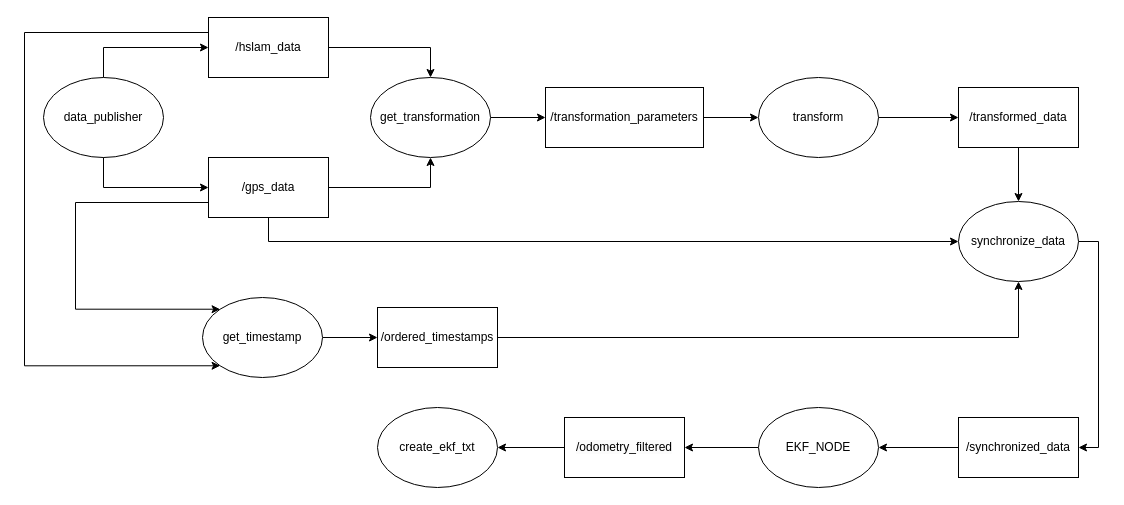
Before: fusion_nodes.drawio in moajouz/ficosa_for_HSLAM, a draw.io diagram. Source tidied: cells renumbered, new cells numbered last; positions are measured from the earlier drawing's top-left corner, leaving out a move shared by most shapes. Both pictures are drawn from the tidied source at 100%, with x=0, y=0 at pixel (24, 17).
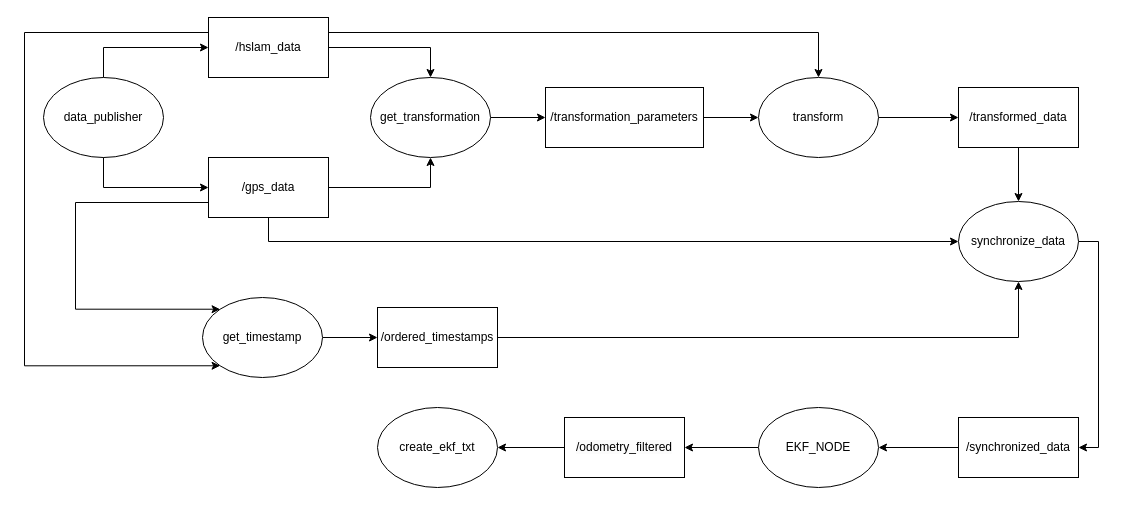
The same diagram, later.

The change refers to these unchanged cells:
```xml
<mxCell id="6" value="/hslam_data" style="rounded=0;whiteSpace=wrap;html=1;" parent="1" vertex="1">
  <mxGeometry x="184" width="120" height="60" as="geometry" />
</mxCell>
<mxCell id="21" value="&lt;span style=&quot;background-color: initial;&quot;&gt;transform&lt;/span&gt;" style="ellipse;whiteSpace=wrap;html=1;" parent="1" vertex="1">
  <mxGeometry x="734" y="60" width="120" height="80" as="geometry" />
</mxCell>
```

The edit, as a diff of the source:
```diff
@@
+    <mxCell id="33" style="edgeStyle=orthogonalEdgeStyle;rounded=0;jettySize=auto;html=1;exitX=1;exitY=0.25;exitDx=0;exitDy=0;entryX=0.5;entryY=0;entryDx=0;entryDy=0;" parent="1" edge="1" source="6" target="21">
+      <mxGeometry relative="1" as="geometry" />
+    </mxCell>
```
